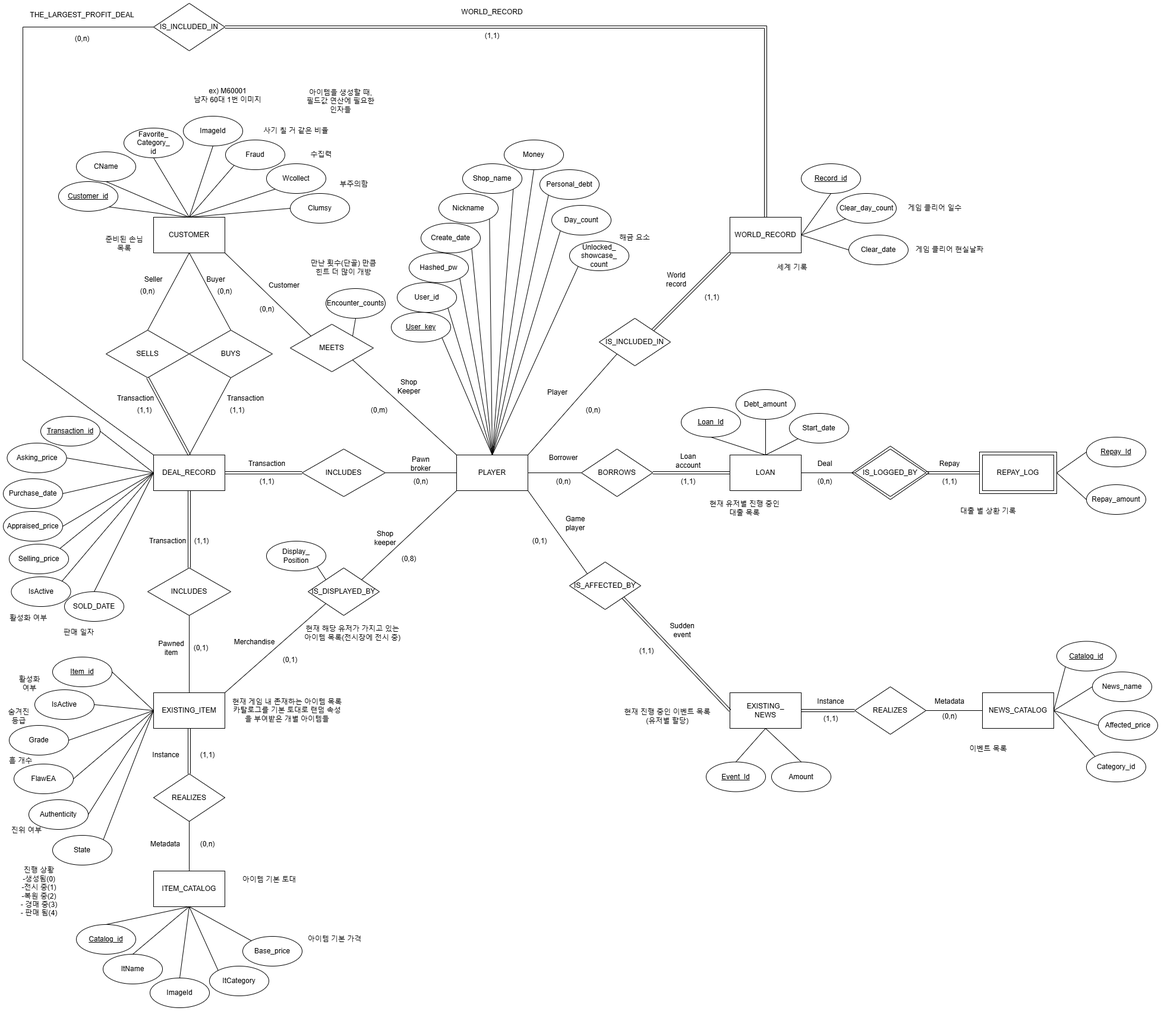
This is ERD최종.drawio.png from mdy99/database-team-project-document, a draw.io export, as it was before one commit. Source tidied: cells renumbered, new cells last; positions are measured from the earlier drawing's top-left corner, leaving out a move shared by most shapes.
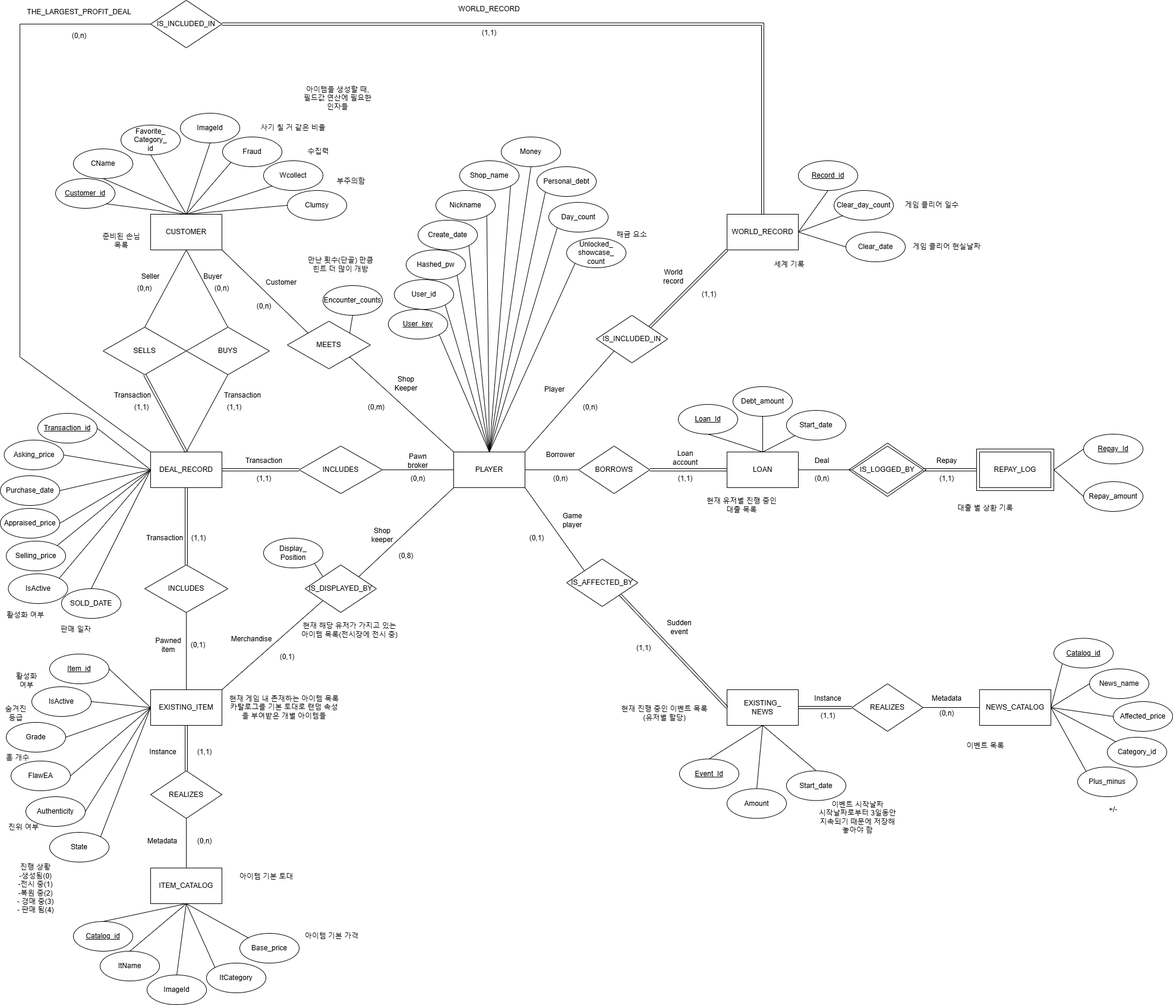
Later version of the same file.

What changed in the source:
```diff
@@ -395,10 +395,10 @@
       <mxGeometry x="1648" y="1160" width="120" height="60" as="geometry" />
     </mxCell>
     <mxCell id="128" value="Amount" style="ellipse;whiteSpace=wrap;html=1;" parent="1" vertex="1">
-      <mxGeometry x="1293" y="1276.5" width="100" height="50" as="geometry" />
+      <mxGeometry x="1223" y="1326.5" width="100" height="50" as="geometry" />
     </mxCell>
     <mxCell id="129" value="&lt;u&gt;Event_Id&lt;/u&gt;" style="ellipse;whiteSpace=wrap;html=1;" parent="1" vertex="1">
-      <mxGeometry x="1183" y="1276.5" width="100" height="50" as="geometry" />
+      <mxGeometry x="1143" y="1276.5" width="100" height="50" as="geometry" />
     </mxCell>
     <mxCell id="130" value="REALIZES" style="rhombus;whiteSpace=wrap;html=1;" parent="1" vertex="1">
       <mxGeometry x="1433" y="1150" width="120" height="80" as="geometry" />
@@ -421,9 +421,6 @@
     <mxCell id="136" value="Instance" style="text;html=1;align=center;verticalAlign=middle;whiteSpace=wrap;rounded=0;" parent="1" vertex="1">
       <mxGeometry x="1363" y="1160" width="60" height="30" as="geometry" />
     </mxCell>
-    <mxCell id="137" value="ex) M60001&lt;div&gt;남자 60대 1번 이미지&lt;/div&gt;" style="text;html=1;align=center;verticalAlign=middle;whiteSpace=wrap;rounded=0;" parent="1" vertex="1">
-      <mxGeometry x="313" y="140" width="130" height="30" as="geometry" />
-    </mxCell>
     <mxCell id="138" value="(0,n)" style="text;html=1;align=center;verticalAlign=middle;whiteSpace=wrap;rounded=0;" parent="1" vertex="1">
       <mxGeometry x="314" y="1400" width="60" height="30" as="geometry" />
     </mxCell>
@@ -551,7 +548,7 @@
       <mxGeometry x="1833" y="1125" width="100" height="50" as="geometry" />
     </mxCell>
     <mxCell id="180" value="Affected_price" style="ellipse;whiteSpace=wrap;html=1;" parent="1" vertex="1">
-      <mxGeometry x="1843" y="1190" width="100" height="50" as="geometry" />
+      <mxGeometry x="1873" y="1180" width="100" height="50" as="geometry" />
     </mxCell>
     <mxCell id="181" style="rounded=0;jettySize=auto;html=1;endArrow=none;endFill=0;exitX=0;exitY=0.5;exitDx=0;exitDy=0;entryX=1;entryY=0.5;entryDx=0;entryDy=0;" parent="1" edge="1" source="179" target="127">
       <mxGeometry relative="1" as="geometry" />
@@ -560,7 +557,7 @@
       <mxGeometry relative="1" as="geometry" />
     </mxCell>
     <mxCell id="183" value="Category_id" style="ellipse;whiteSpace=wrap;html=1;" parent="1" vertex="1">
-      <mxGeometry x="1823" y="1260" width="100" height="50" as="geometry" />
+      <mxGeometry x="1863" y="1240" width="100" height="50" as="geometry" />
     </mxCell>
     <mxCell id="184" style="rounded=0;jettySize=auto;html=1;endArrow=none;endFill=0;exitX=0;exitY=0;exitDx=0;exitDy=0;entryX=1;entryY=0.5;entryDx=0;entryDy=0;" parent="1" edge="1" source="183" target="127">
       <mxGeometry relative="1" as="geometry" />
@@ -721,5 +718,23 @@
     <mxCell id="233" value="아이템 기본 가격" style="text;html=1;align=center;verticalAlign=middle;whiteSpace=wrap;rounded=0;" parent="1" vertex="1">
       <mxGeometry x="498" y="1560" width="120" height="30" as="geometry" />
     </mxCell>
+    <mxCell id="234" value="Plus_minus" style="ellipse;whiteSpace=wrap;html=1;" parent="1" vertex="1">
+      <mxGeometry x="1813" y="1290" width="100" height="50" as="geometry" />
+    </mxCell>
+    <mxCell id="235" style="rounded=0;jettySize=auto;html=1;endArrow=none;endFill=0;exitX=0;exitY=0;exitDx=0;exitDy=0;entryX=1;entryY=0.5;entryDx=0;entryDy=0;" parent="1" edge="1" source="234" target="127">
+      <mxGeometry relative="1" as="geometry" />
+    </mxCell>
+    <mxCell id="236" value="+/-" style="text;html=1;align=center;verticalAlign=middle;whiteSpace=wrap;rounded=0;" parent="1" vertex="1">
+      <mxGeometry x="1798" y="1346.5" width="150" height="30" as="geometry" />
+    </mxCell>
+    <mxCell id="237" value="Start_date" style="ellipse;whiteSpace=wrap;html=1;" parent="1" vertex="1">
+      <mxGeometry x="1323" y="1296.5" width="100" height="50" as="geometry" />
+    </mxCell>
+    <mxCell id="238" style="rounded=0;jettySize=auto;html=1;endArrow=none;endFill=0;exitX=0.5;exitY=1;exitDx=0;exitDy=0;entryX=0.5;entryY=0;entryDx=0;entryDy=0;" parent="1" edge="1" source="14" target="237">
+      <mxGeometry relative="1" as="geometry" />
+    </mxCell>
+    <mxCell id="239" value="이벤트 시작날짜&lt;div&gt;시작날짜로부터 3일동안 지속되기 때문에 저장해놓아야 함&lt;/div&gt;" style="text;html=1;align=center;verticalAlign=middle;whiteSpace=wrap;rounded=0;" parent="1" vertex="1">
+      <mxGeometry x="1373" y="1360" width="140" height="30" as="geometry" />
+    </mxCell>
   </root>
 </mxGraphModel>
```
